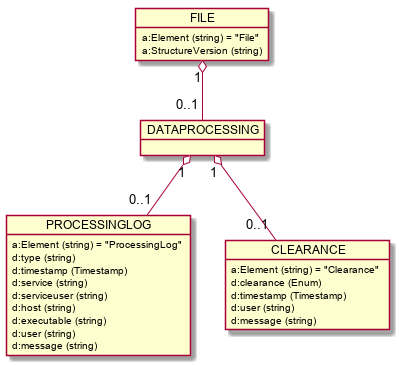
OpenRailAssociation/rcm-dx keeps this PlantUML diagram as images/generated/rcmdx_file_group.png. Above is the earlier version.
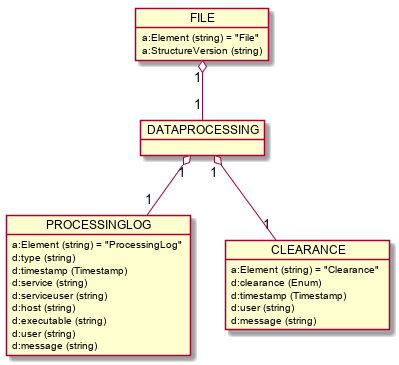
Above is the later version.

What changed in the source:
```diff
@@ -7,7 +7,7 @@
 
   object DATAPROCESSING {
   }
-  FILE "1" o-- "0..1" DATAPROCESSING
+  FILE "1" o-- "1" DATAPROCESSING
 
   object PROCESSINGLOG {
     a:Element (string) = "ProcessingLog"
@@ -20,7 +20,7 @@
     d:user (string)
     d:message (string)
   }
-  DATAPROCESSING "1" o-- "0..1" PROCESSINGLOG
+  DATAPROCESSING "1" o-- "1" PROCESSINGLOG
 
   object CLEARANCE {
     a:Element (string) = "Clearance"
@@ -29,5 +29,5 @@
     d:user (string)
     d:message (string)
   }
-  DATAPROCESSING "1" o-- "0..1" CLEARANCE
+  DATAPROCESSING "1" o-- "1" CLEARANCE
 @enduml
```
